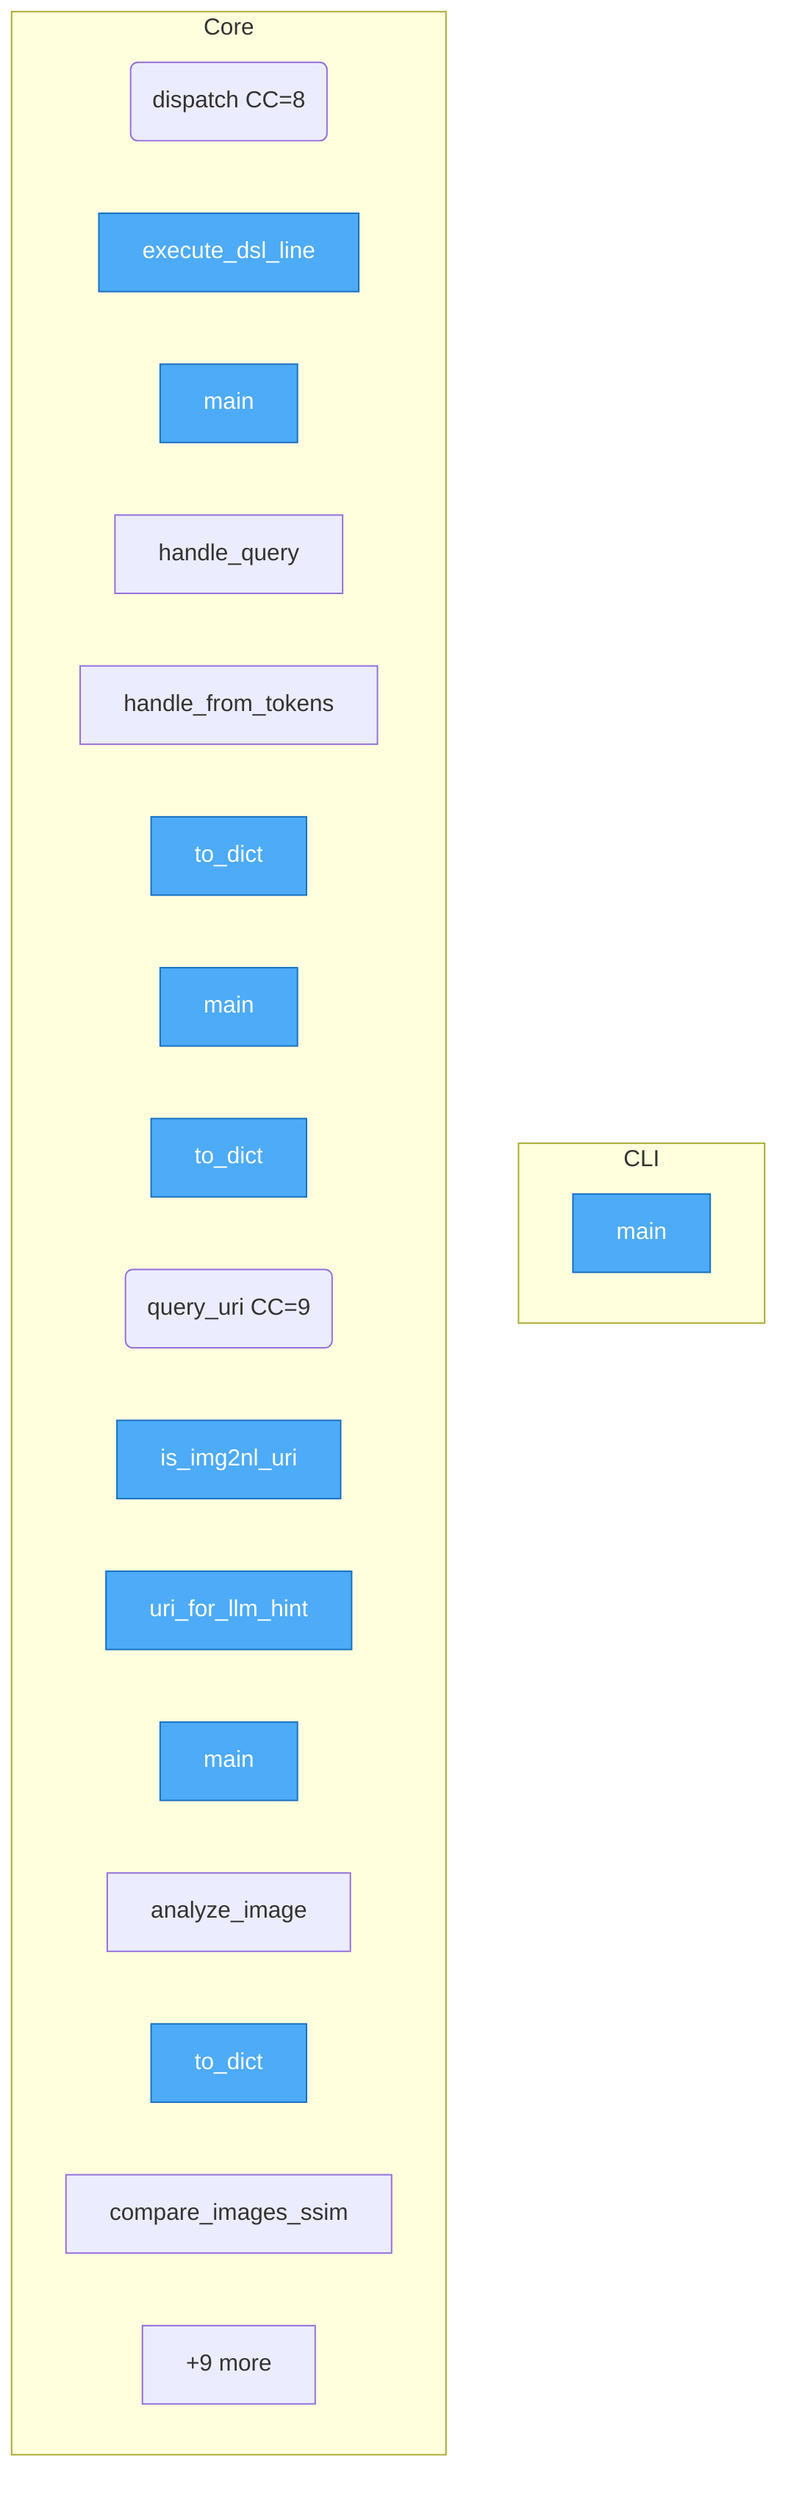
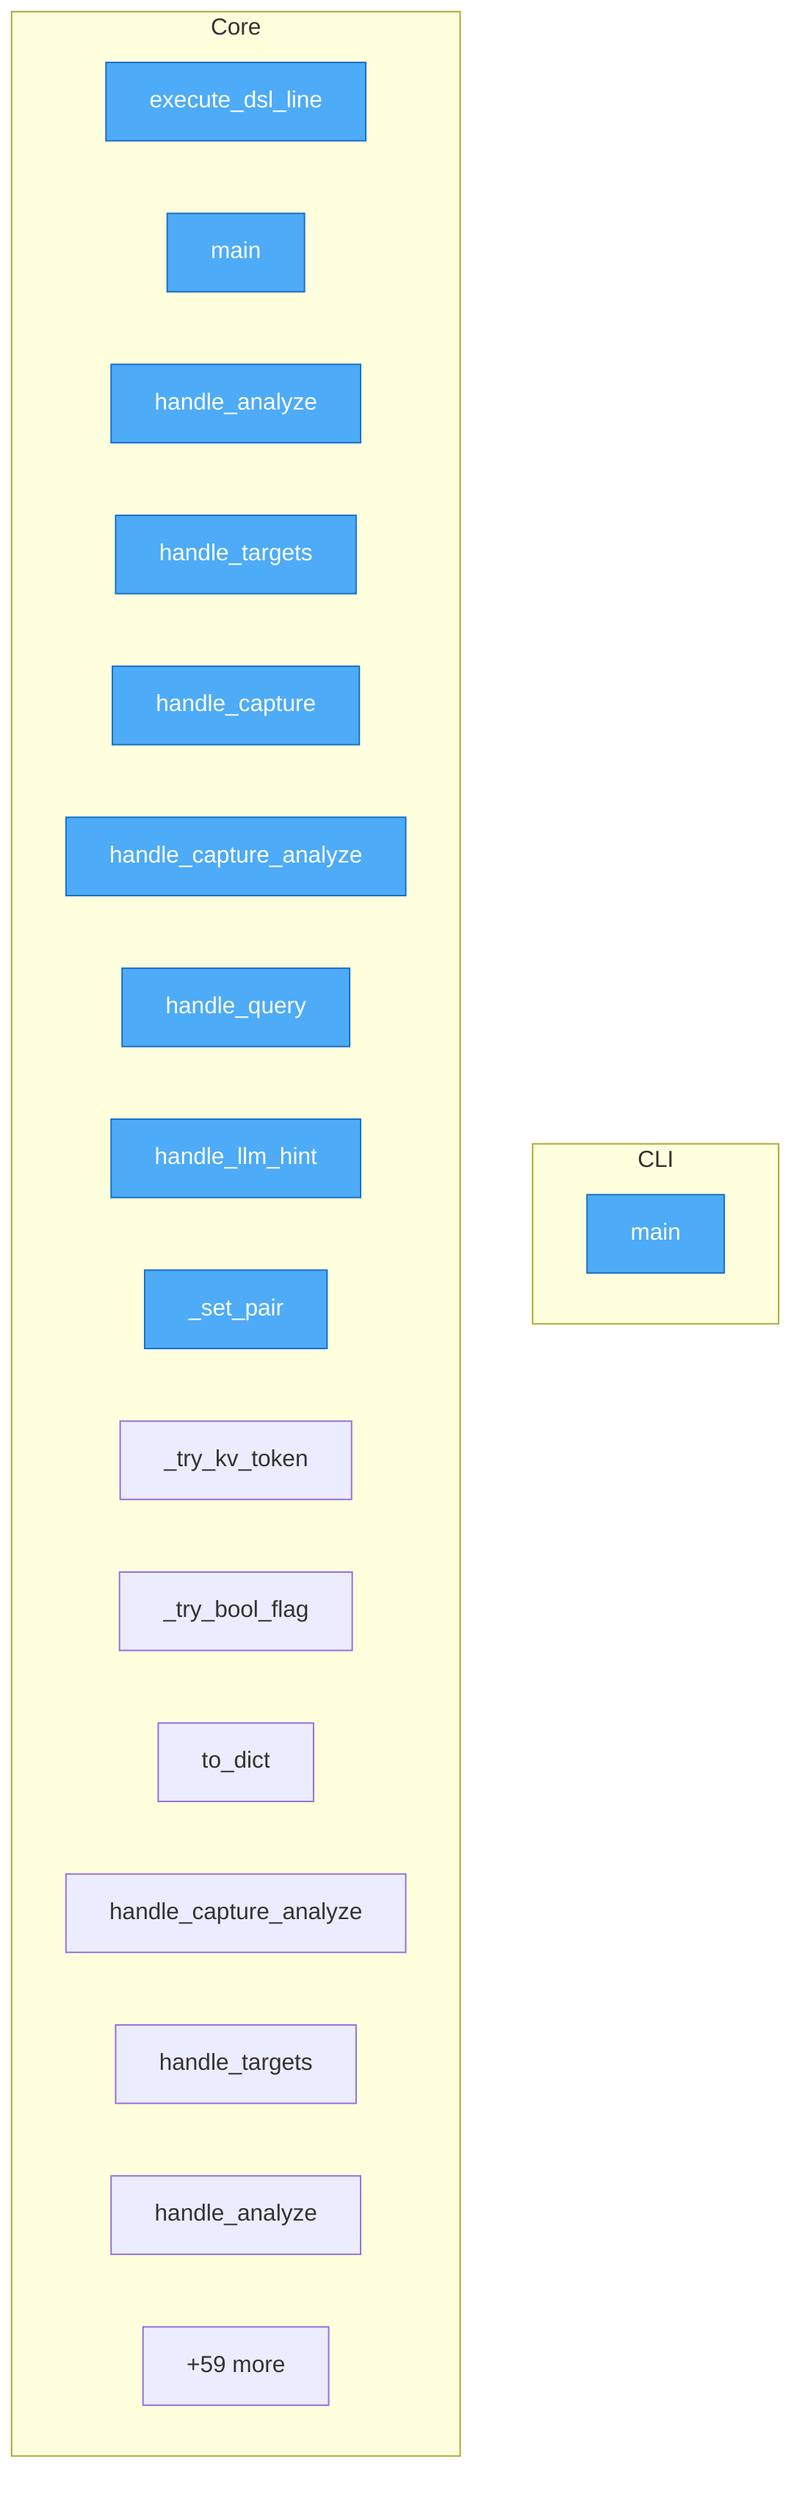
flowchart TD
%% generated in 0.01s

    %% Entry points (blue)
    classDef entry fill:#4dabf7,stroke:#1971c2,color:#fff

    subgraph CLI
        packages__cli2img2nl__src__cli2img2nl__cli__main["main"]
    end

    subgraph Core
-         packages__dsl2img2nl__src__dsl2img2nl__bus__dispatch("dispatch CC=8")
        packages__dsl2img2nl__src__dsl2img2nl__bus__execute_dsl_line["execute_dsl_line"]
        packages__dsl2img2nl__src__dsl2img2nl__cli__main["main"]
+         packages__dsl2img2nl__src__dsl2img2nl__handlers__handle_analyze["handle_analyze"]
+         packages__dsl2img2nl__src__dsl2img2nl__handlers__handle_targets["handle_targets"]
+         packages__dsl2img2nl__src__dsl2img2nl__handlers__handle_capture["handle_capture"]
+         packages__dsl2img2nl__src__dsl2img2nl__handlers__handle_capture_analyze["handle_capture_analyze"]
        packages__dsl2img2nl__src__dsl2img2nl__handlers__handle_query["handle_query"]
-         packages__dsl2img2nl__src__dsl2img2nl__handlers__handle_from_tokens["handle_from_tokens"]
+         packages__dsl2img2nl__src__dsl2img2nl__handlers__handle_llm_hint["handle_llm_hint"]
+         packages__dsl2img2nl__src__dsl2img2nl__grammar___set_pair["_set_pair"]
+         packages__dsl2img2nl__src__dsl2img2nl__grammar___try_kv_token["_try_kv_token"]
+         packages__dsl2img2nl__src__dsl2img2nl__grammar___try_bool_flag["_try_bool_flag"]
        packages__dsl2img2nl__src__dsl2img2nl__result__DslResult__to_dict["to_dict"]
-         packages__uri2img2nl__src__uri2img2nl__cli__main["main"]
-         packages__uri2img2nl__src__uri2img2nl__query__QueryResult__to_dict["to_dict"]
-         packages__uri2img2nl__src__uri2img2nl__query__query_uri("query_uri CC=9")
-         packages__uri2img2nl__src__uri2img2nl__uri__is_img2nl_uri["is_img2nl_uri"]
-         packages__uri2img2nl__src__uri2img2nl__uri__uri_for_llm_hint["uri_for_llm_hint"]
-         src__img2nl__cli__main["main"]
-         src__img2nl__analyze__analyze_image["analyze_image"]
-         src__img2nl__result__Img2NlResult__to_dict["to_dict"]
-         src__img2nl__features__similarity__compare_images_ssim["compare_images_ssim"]
-         ...["+9 more"]
+         packages__uri2img2nl__src__uri2img2nl__query_handlers__handle_capture_analyze["handle_capture_analyze"]
+         packages__uri2img2nl__src__uri2img2nl__query_handlers__handle_targets["handle_targets"]
+         packages__uri2img2nl__src__uri2img2nl__query_handlers__handle_analyze["handle_analyze"]
+         ...["+59 more"]
    end

-     class packages__cli2img2nl__src__cli2img2nl__cli__main,packages__dsl2img2nl__src__dsl2img2nl__bus__execute_dsl_line,packages__dsl2img2nl__src__dsl2img2nl__cli__main,packages__dsl2img2nl__src__dsl2img2nl__result__DslResult__to_dict,packages__uri2img2nl__src__uri2img2nl__cli__main,packages__uri2img2nl__src__uri2img2nl__query__QueryResult__to_dict,packages__uri2img2nl__src__uri2img2nl__uri__is_img2nl_uri,packages__uri2img2nl__src__uri2img2nl__uri__uri_for_llm_hint,src__img2nl__cli__main,src__img2nl__result__Img2NlResult__to_dict entry
+     class packages__cli2img2nl__src__cli2img2nl__cli__main,packages__dsl2img2nl__src__dsl2img2nl__bus__execute_dsl_line,packages__dsl2img2nl__src__dsl2img2nl__cli__main,packages__dsl2img2nl__src__dsl2img2nl__handlers__handle_analyze,packages__dsl2img2nl__src__dsl2img2nl__handlers__handle_targets,packages__dsl2img2nl__src__dsl2img2nl__handlers__handle_capture,packages__dsl2img2nl__src__dsl2img2nl__handlers__handle_capture_analyze,packages__dsl2img2nl__src__dsl2img2nl__handlers__handle_query,packages__dsl2img2nl__src__dsl2img2nl__handlers__handle_llm_hint,packages__dsl2img2nl__src__dsl2img2nl__grammar___set_pair entry
